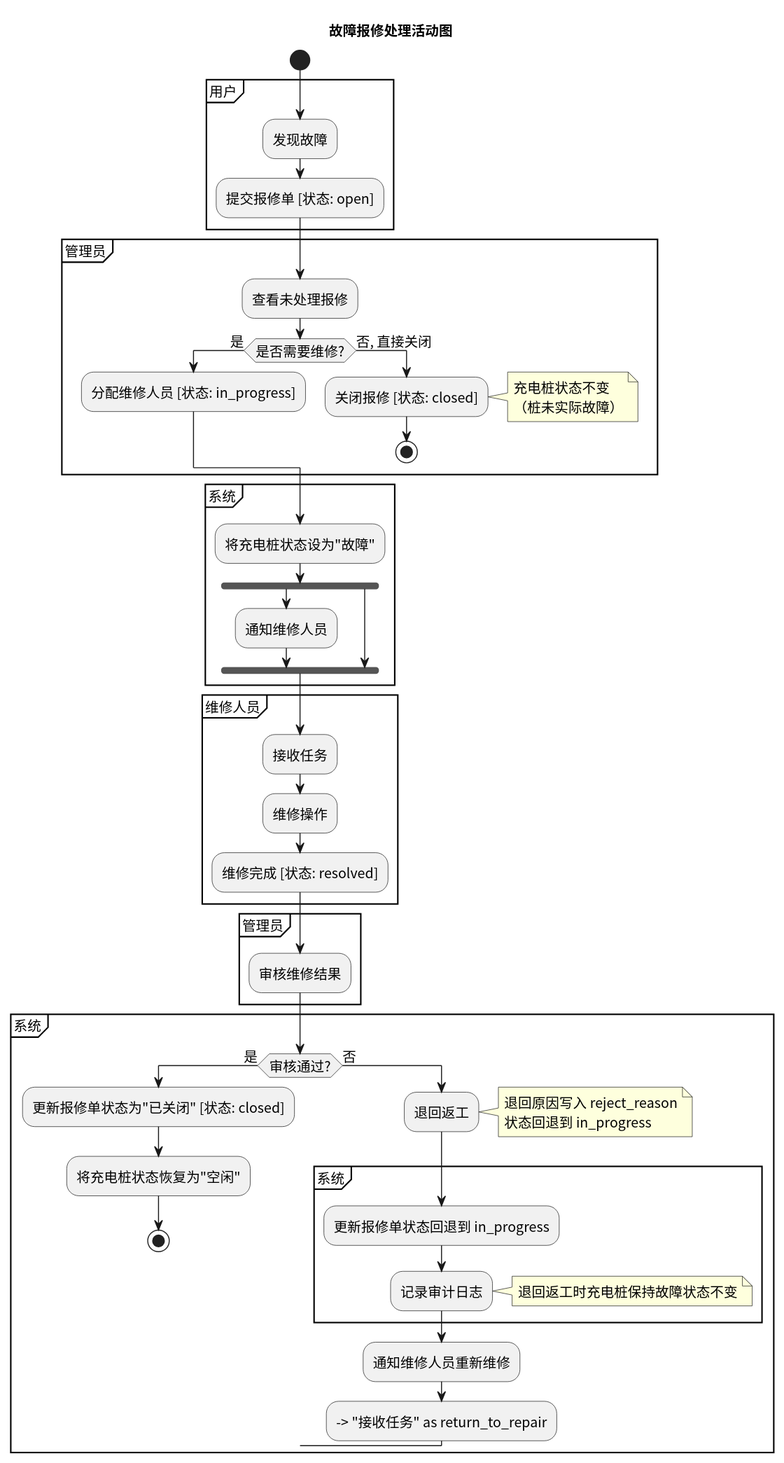
Above: activity/img/activity_repair.svg in greenhandzdl/charging-station-doc (PlantUML), before the change.
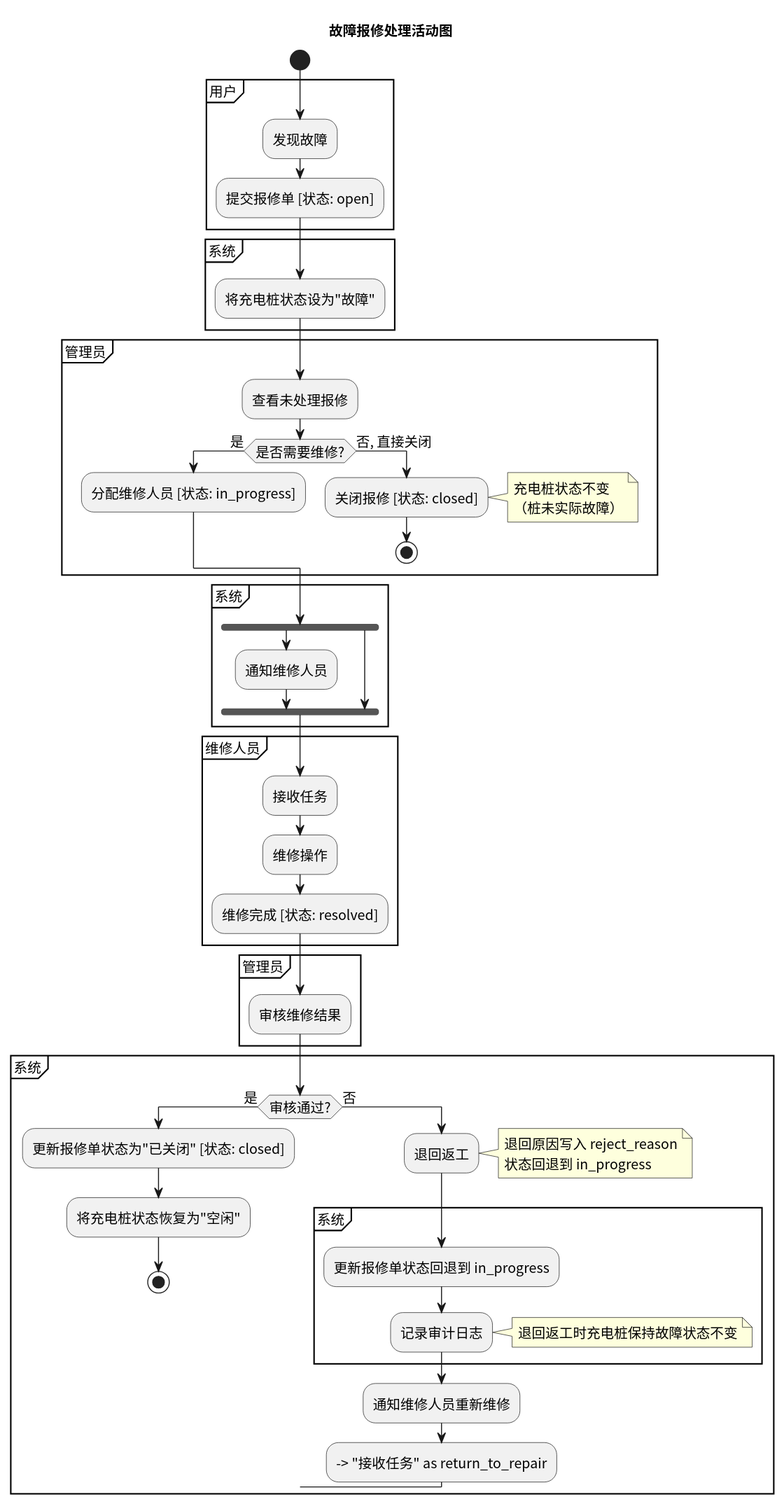
After the commit.

The edit, as a diff of the source:
```diff
@@ -7,6 +7,10 @@
 partition "用户" {
   :发现故障;
   :提交报修单 [状态: open];
+}
+
+partition "系统" {
+  :将充电桩状态设为"故障";
 }
 
 partition "管理员" {
@@ -21,7 +25,6 @@
 }
 
 partition "系统" {
-  :将充电桩状态设为"故障";
   fork
     :通知维修人员;
   fork again
```
